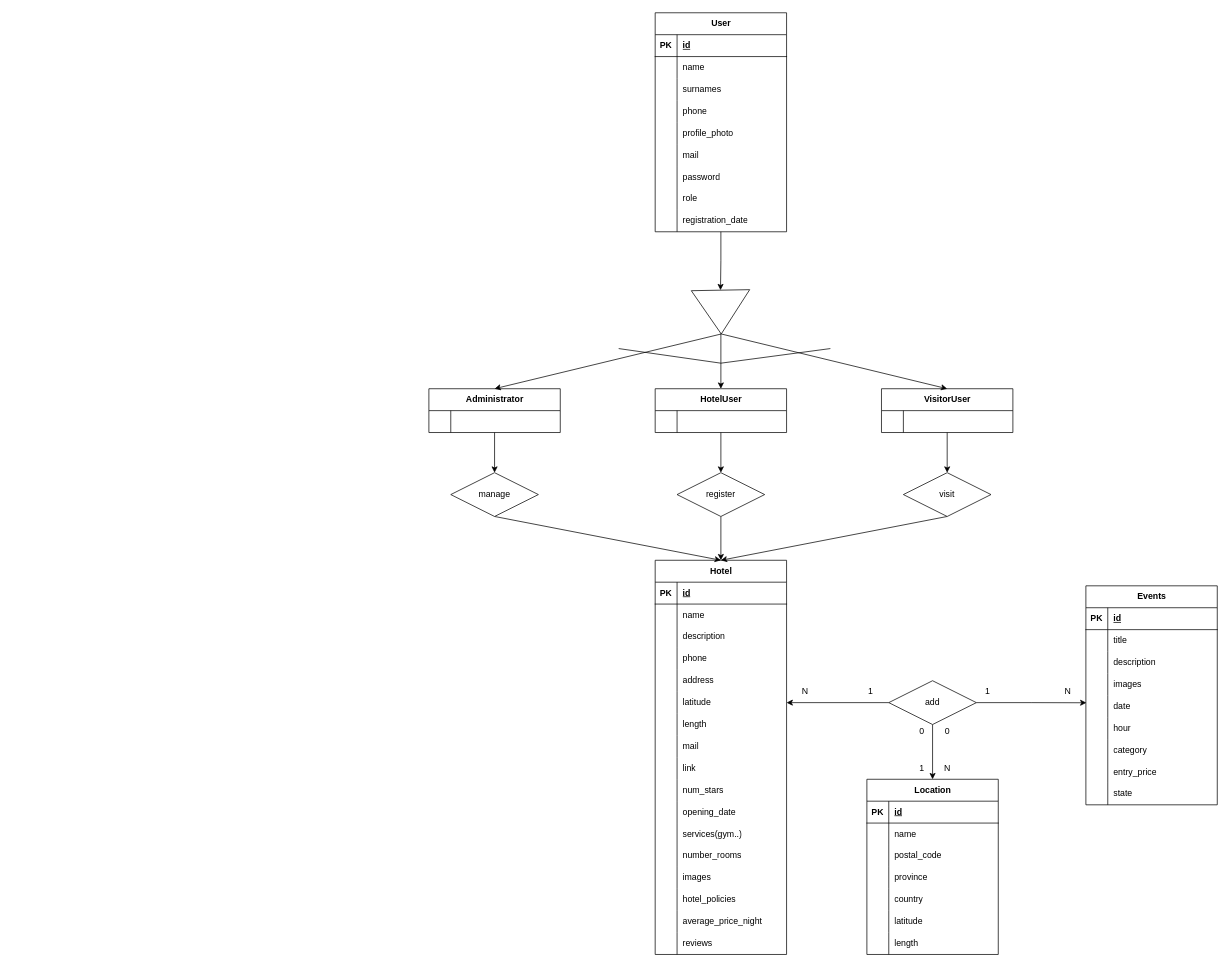
Before: c6_hohoHotel.drawio in SerotDev/sru-abi-rlm-project-backend, a draw.io diagram. Source tidied: cells renumbered, new cells numbered last; positions are measured from the earlier drawing's top-left corner, leaving out a move shared by most shapes. Both pictures are drawn from the tidied source at 73%, with x=0, y=0 at pixel (12, 12).
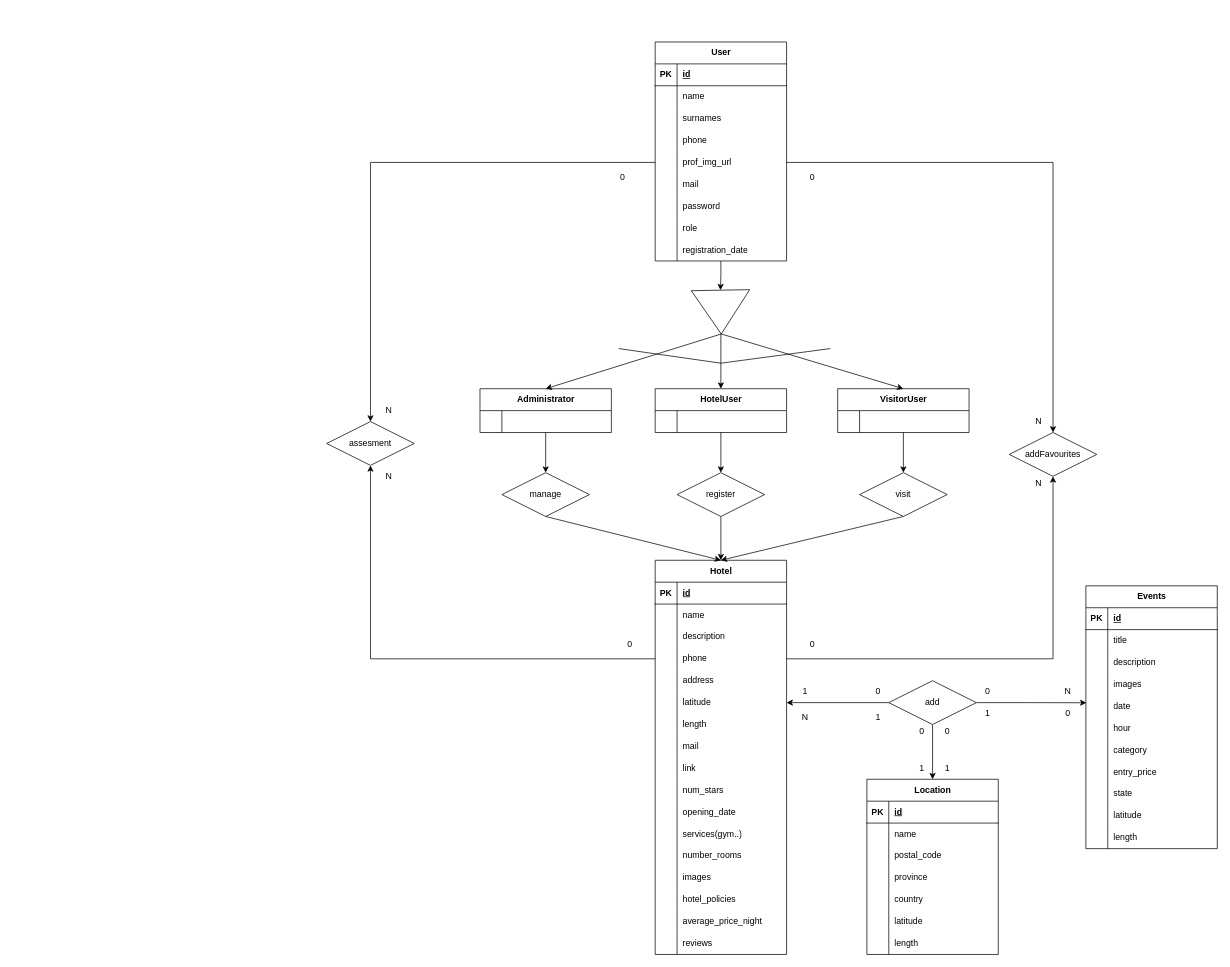
Above is the later version.

Unchanged cells that the change refers to:
```xml
<mxCell id="16" style="shape=tableRow;horizontal=0;startSize=0;swimlaneHead=0;swimlaneBody=0;fillColor=none;points=[[0,0.5],[1,0.5]];portConstraint=eastwest;top=0;left=0;right=0;bottom=0;" parent="3" vertex="1">
  <mxGeometry y="150" width="180" height="30" as="geometry" />
</mxCell>
<mxCell id="91" style="shape=tableRow;horizontal=0;startSize=0;swimlaneHead=0;swimlaneBody=0;fillColor=none;points=[[0,0.5],[1,0.5]];portConstraint=eastwest;top=0;left=0;right=0;bottom=0;" parent="81" vertex="1">
  <mxGeometry y="120" width="180" height="30" as="geometry" />
</mxCell>
```

Diff of the diagram source:
```diff
@@
     <mxCell id="3" value="User" style="shape=table;startSize=30;childLayout=tableLayout;rowLines=0;fontStyle=1;align=center;html=1;" parent="1" vertex="1">
-      <mxGeometry x="880" width="180" height="300" as="geometry" />
+      <mxGeometry x="880" y="40" width="180" height="300" as="geometry" />
     </mxCell>
@@
-    <mxCell id="18" value="profile_photo" style="shape=partialRectangle;fillColor=none;top=0;left=0;bottom=0;right=0;align=left;spacingLeft=6;overflow=hidden;whiteSpace=wrap;html=1;" parent="16" vertex="1">
+    <mxCell id="18" value="prof_img_url" style="shape=partialRectangle;fillColor=none;top=0;left=0;bottom=0;right=0;align=left;spacingLeft=6;overflow=hidden;whiteSpace=wrap;html=1;" parent="16" vertex="1">
       <mxGeometry x="30" width="150" height="30" as="geometry" />
     </mxCell>
@@
     <mxCell id="32" value="VisitorUser" style="shape=table;startSize=30;childLayout=tableLayout;rowLines=0;fontStyle=1;align=center;html=1;" parent="1" vertex="1">
-      <mxGeometry x="1190" y="515" width="180" height="60" as="geometry" />
+      <mxGeometry x="1130" y="515" width="180" height="60" as="geometry" />
     </mxCell>
@@
     <mxCell id="41" value="Events" style="shape=table;startSize=30;childLayout=tableLayout;rowLines=0;fontStyle=1;align=center;html=1;" parent="1" vertex="1">
-      <mxGeometry x="1470" y="785" width="180" height="300" as="geometry" />
+      <mxGeometry x="1470" y="785" width="180" height="360" as="geometry" />
     </mxCell>
@@
+    <mxCell id="184" style="shape=tableRow;horizontal=0;startSize=0;swimlaneHead=0;swimlaneBody=0;fillColor=none;top=0;left=0;right=0;bottom=0;" parent="41" vertex="1">
+      <mxGeometry y="300" width="180" height="30" as="geometry" />
+    </mxCell>
+    <mxCell id="185" style="shape=partialRectangle;fillColor=none;top=0;left=0;bottom=0;right=0;overflow=hidden;whiteSpace=wrap;html=1;" parent="184" vertex="1">
+      <mxGeometry width="30" height="30" as="geometry" />
+    </mxCell>
+    <mxCell id="186" value="latitude" style="shape=partialRectangle;fillColor=none;top=0;left=0;bottom=0;right=0;align=left;spacingLeft=6;overflow=hidden;whiteSpace=wrap;html=1;" parent="184" vertex="1">
+      <mxGeometry x="30" width="150" height="30" as="geometry" />
+    </mxCell>
+    <mxCell id="187" style="shape=tableRow;horizontal=0;startSize=0;swimlaneHead=0;swimlaneBody=0;fillColor=none;top=0;left=0;right=0;bottom=0;" parent="41" vertex="1">
+      <mxGeometry y="330" width="180" height="30" as="geometry" />
+    </mxCell>
+    <mxCell id="188" style="shape=partialRectangle;fillColor=none;top=0;left=0;bottom=0;right=0;overflow=hidden;whiteSpace=wrap;html=1;" parent="187" vertex="1">
+      <mxGeometry width="30" height="30" as="geometry" />
+    </mxCell>
+    <mxCell id="189" value="length" style="shape=partialRectangle;fillColor=none;top=0;left=0;bottom=0;right=0;align=left;spacingLeft=6;overflow=hidden;whiteSpace=wrap;html=1;" parent="187" vertex="1">
+      <mxGeometry x="30" width="150" height="30" as="geometry" />
+    </mxCell>
@@
     <mxCell id="140" value="Administrator" style="shape=table;startSize=30;childLayout=tableLayout;rowLines=0;fontStyle=1;align=center;html=1;" parent="1" vertex="1">
-      <mxGeometry x="570" y="515" width="180" height="60" as="geometry" />
+      <mxGeometry x="640" y="515" width="180" height="60" as="geometry" />
     </mxCell>
@@
     <mxCell id="166" value="N" style="text;html=1;align=center;verticalAlign=middle;strokeColor=none;fillColor=none;" parent="1" vertex="1">
-      <mxGeometry x="1070" y="915" width="30" height="30" as="geometry" />
+      <mxGeometry x="1070" y="950" width="30" height="30" as="geometry" />
     </mxCell>
-    <mxCell id="167" value="1" style="text;html=1;align=center;verticalAlign=middle;strokeColor=none;fillColor=none;" parent="1" vertex="1">
-      <mxGeometry x="1160" y="915" width="30" height="30" as="geometry" />
+    <mxCell id="167" value="0" style="text;html=1;align=center;verticalAlign=middle;strokeColor=none;fillColor=none;" parent="1" vertex="1">
+      <mxGeometry x="1170" y="915" width="30" height="30" as="geometry" />
     </mxCell>
-    <mxCell id="168" value="1" style="text;html=1;align=center;verticalAlign=middle;strokeColor=none;fillColor=none;" parent="1" vertex="1">
+    <mxCell id="168" value="0" style="text;html=1;align=center;verticalAlign=middle;strokeColor=none;fillColor=none;" parent="1" vertex="1">
       <mxGeometry x="1320" y="915" width="30" height="30" as="geometry" />
     </mxCell>
@@
     <mxCell id="178" value="manage" style="shape=rhombus;perimeter=rhombusPerimeter;whiteSpace=wrap;html=1;align=center;" parent="1" vertex="1">
-      <mxGeometry x="600" y="630" width="120" height="60" as="geometry" />
+      <mxGeometry x="670" y="630" width="120" height="60" as="geometry" />
     </mxCell>
@@
     <mxCell id="180" value="visit" style="shape=rhombus;perimeter=rhombusPerimeter;whiteSpace=wrap;html=1;align=center;" parent="1" vertex="1">
-      <mxGeometry x="1220" y="630" width="120" height="60" as="geometry" />
+      <mxGeometry x="1160" y="630" width="120" height="60" as="geometry" />
     </mxCell>
@@
-    <mxCell id="183" value="N" style="text;html=1;align=center;verticalAlign=middle;strokeColor=none;fillColor=none;" parent="1" vertex="1">
+    <mxCell id="183" value="1" style="text;html=1;align=center;verticalAlign=middle;strokeColor=none;fillColor=none;" parent="1" vertex="1">
       <mxGeometry x="1265" y="1020" width="30" height="30" as="geometry" />
     </mxCell>
+    <mxCell id="190" value="1" style="text;html=1;align=center;verticalAlign=middle;strokeColor=none;fillColor=none;" parent="1" vertex="1">
+      <mxGeometry x="1170" y="950" width="30" height="30" as="geometry" />
+    </mxCell>
+    <mxCell id="191" value="1" style="text;html=1;align=center;verticalAlign=middle;strokeColor=none;fillColor=none;" parent="1" vertex="1">
+      <mxGeometry x="1070" y="915" width="30" height="30" as="geometry" />
+    </mxCell>
+    <mxCell id="192" style="rounded=0;jettySize=auto;html=1;exitX=1;exitY=0.5;exitDx=0;exitDy=0;entryX=0.5;entryY=0;entryDx=0;entryDy=0;edgeStyle=orthogonalEdgeStyle;" parent="1" edge="1" source="16" target="194">
+      <mxGeometry relative="1" as="geometry" />
+    </mxCell>
+    <mxCell id="193" style="rounded=0;jettySize=auto;html=1;exitX=1;exitY=0.5;exitDx=0;exitDy=0;entryX=0.5;entryY=1;entryDx=0;entryDy=0;edgeStyle=orthogonalEdgeStyle;" parent="1" edge="1" source="91" target="194">
+      <mxGeometry relative="1" as="geometry" />
+    </mxCell>
+    <mxCell id="194" value="addFavourites" style="shape=rhombus;perimeter=rhombusPerimeter;whiteSpace=wrap;html=1;align=center;" parent="1" vertex="1">
+      <mxGeometry x="1365" y="575" width="120" height="60" as="geometry" />
+    </mxCell>
+    <mxCell id="195" value="1" style="text;html=1;align=center;verticalAlign=middle;strokeColor=none;fillColor=none;" parent="1" vertex="1">
+      <mxGeometry x="1320" y="945" width="30" height="30" as="geometry" />
+    </mxCell>
+    <mxCell id="196" value="0" style="text;html=1;align=center;verticalAlign=middle;strokeColor=none;fillColor=none;" parent="1" vertex="1">
+      <mxGeometry x="1430" y="945" width="30" height="30" as="geometry" />
+    </mxCell>
+    <mxCell id="197" value="N" style="text;html=1;align=center;verticalAlign=middle;strokeColor=none;fillColor=none;" parent="1" vertex="1">
+      <mxGeometry x="1390" y="630" width="30" height="30" as="geometry" />
+    </mxCell>
+    <mxCell id="198" value="0" style="text;html=1;align=center;verticalAlign=middle;strokeColor=none;fillColor=none;" parent="1" vertex="1">
+      <mxGeometry x="1080" y="850" width="30" height="30" as="geometry" />
+    </mxCell>
+    <mxCell id="199" value="N" style="text;html=1;align=center;verticalAlign=middle;strokeColor=none;fillColor=none;" parent="1" vertex="1">
+      <mxGeometry x="1390" y="545" width="30" height="30" as="geometry" />
+    </mxCell>
+    <mxCell id="200" value="0" style="text;html=1;align=center;verticalAlign=middle;strokeColor=none;fillColor=none;" parent="1" vertex="1">
+      <mxGeometry x="1080" y="210" width="30" height="30" as="geometry" />
+    </mxCell>
+    <mxCell id="201" value="assesment" style="shape=rhombus;perimeter=rhombusPerimeter;whiteSpace=wrap;html=1;align=center;" parent="1" vertex="1">
+      <mxGeometry x="430" y="560" width="120" height="60" as="geometry" />
+    </mxCell>
+    <mxCell id="202" style="rounded=0;jettySize=auto;html=1;exitX=0;exitY=0.5;exitDx=0;exitDy=0;entryX=0.5;entryY=0;entryDx=0;entryDy=0;edgeStyle=orthogonalEdgeStyle;" parent="1" edge="1" source="16" target="201">
+      <mxGeometry relative="1" as="geometry" />
+    </mxCell>
+    <mxCell id="203" style="rounded=0;jettySize=auto;html=1;exitX=0;exitY=0.5;exitDx=0;exitDy=0;entryX=0.5;entryY=1;entryDx=0;entryDy=0;edgeStyle=orthogonalEdgeStyle;" parent="1" edge="1" source="91" target="201">
+      <mxGeometry relative="1" as="geometry" />
+    </mxCell>
+    <mxCell id="204" value="N" style="text;html=1;align=center;verticalAlign=middle;strokeColor=none;fillColor=none;" parent="1" vertex="1">
+      <mxGeometry x="500" y="530" width="30" height="30" as="geometry" />
+    </mxCell>
+    <mxCell id="205" value="N" style="text;html=1;align=center;verticalAlign=middle;strokeColor=none;fillColor=none;" parent="1" vertex="1">
+      <mxGeometry x="500" y="620" width="30" height="30" as="geometry" />
+    </mxCell>
+    <mxCell id="206" value="0" style="text;html=1;align=center;verticalAlign=middle;strokeColor=none;fillColor=none;" parent="1" vertex="1">
+      <mxGeometry x="830" y="850" width="30" height="30" as="geometry" />
+    </mxCell>
+    <mxCell id="207" value="0" style="text;html=1;align=center;verticalAlign=middle;strokeColor=none;fillColor=none;" parent="1" vertex="1">
+      <mxGeometry x="820" y="210" width="30" height="30" as="geometry" />
+    </mxCell>
```
